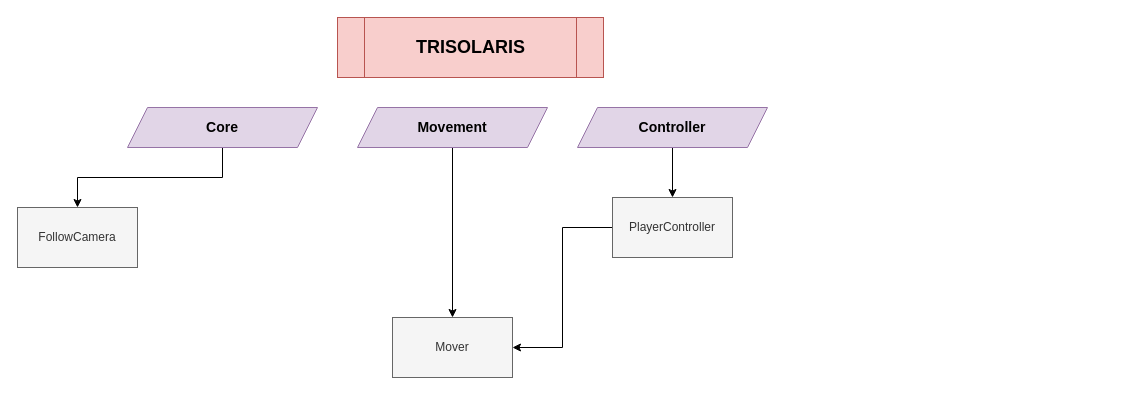
ezoisil/Trisolaris keeps this draw.io diagram as Trisolaris Code Tree.drawio. Above is the earlier version. Source tidied: cells renumbered, new cells numbered last; positions are measured from the earlier drawing's top-left corner, leaving out a move shared by most shapes. Both pictures are drawn from the tidied source at 100%, with x=0, y=0 at pixel (17, 17).
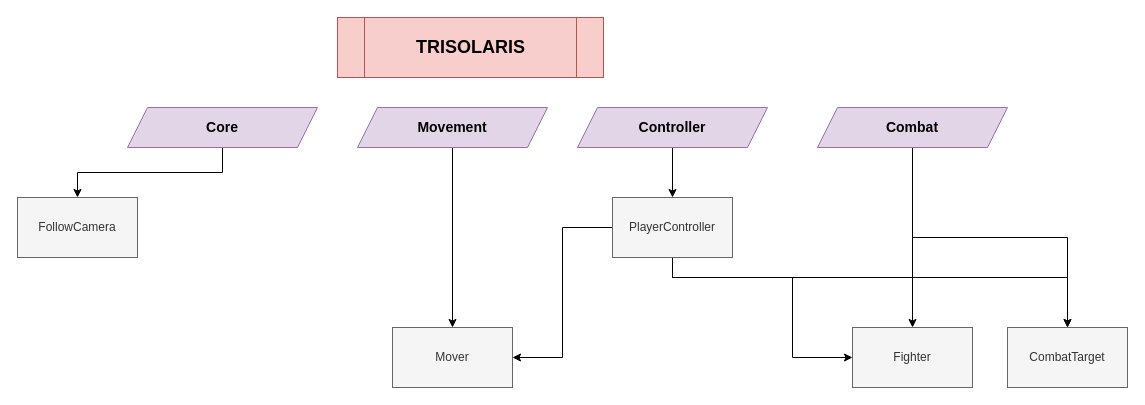
The same page after the edit.

Unchanged cells that the change refers to:
```xml
<mxCell id="11" value="PlayerController" style="rounded=0;whiteSpace=wrap;html=1;fontFamily=Helvetica;fontSize=12;strokeColor=#666666;fillColor=#f5f5f5;fontColor=#333333;" parent="1" vertex="1">
  <mxGeometry x="595" y="180" width="120" height="60" as="geometry" />
</mxCell>
```

The edit, as a diff of the source:
```diff
@@
     <mxCell id="8" value="FollowCamera" style="rounded=0;whiteSpace=wrap;html=1;fontFamily=Helvetica;fontSize=12;strokeColor=#666666;fillColor=#f5f5f5;fontColor=#333333;" parent="1" vertex="1">
-      <mxGeometry y="190" width="120" height="60" as="geometry" />
+      <mxGeometry y="180" width="120" height="60" as="geometry" />
     </mxCell>
     <mxCell id="9" value="Mover" style="rounded=0;whiteSpace=wrap;html=1;fontFamily=Helvetica;fontSize=12;strokeColor=#666666;fillColor=#f5f5f5;fontColor=#333333;" parent="1" vertex="1">
-      <mxGeometry x="375" y="300" width="120" height="60" as="geometry" />
+      <mxGeometry x="375" y="310" width="120" height="60" as="geometry" />
     </mxCell>
@@
+    <mxCell id="13" style="edgeStyle=orthogonalEdgeStyle;rounded=0;jettySize=auto;html=1;entryX=0;entryY=0.5;entryDx=0;entryDy=0;fontFamily=Helvetica;fontSize=18;fontColor=#333333;" parent="1" edge="1" source="11" target="18">
+      <mxGeometry relative="1" as="geometry">
+        <Array as="points">
+          <mxPoint x="655" y="260" />
+          <mxPoint x="775" y="260" />
+          <mxPoint x="775" y="340" />
+        </Array>
+      </mxGeometry>
+    </mxCell>
+    <mxCell id="14" style="edgeStyle=orthogonalEdgeStyle;rounded=0;jettySize=auto;html=1;fontFamily=Helvetica;fontSize=18;fontColor=#333333;" parent="1" edge="1" source="11" target="19">
+      <mxGeometry relative="1" as="geometry">
+        <Array as="points">
+          <mxPoint x="655" y="260" />
+          <mxPoint x="1050" y="260" />
+        </Array>
+      </mxGeometry>
+    </mxCell>
@@
+    <mxCell id="15" style="edgeStyle=orthogonalEdgeStyle;rounded=0;jettySize=auto;html=1;fontFamily=Helvetica;fontSize=18;fontColor=#333333;" parent="1" edge="1" source="17" target="18">
+      <mxGeometry relative="1" as="geometry" />
+    </mxCell>
+    <mxCell id="16" style="edgeStyle=orthogonalEdgeStyle;rounded=0;jettySize=auto;html=1;entryX=0.5;entryY=0;entryDx=0;entryDy=0;fontFamily=Helvetica;fontSize=18;fontColor=#333333;" parent="1" edge="1" source="17" target="19">
+      <mxGeometry relative="1" as="geometry" />
+    </mxCell>
+    <mxCell id="17" value="&lt;font style=&quot;font-size: 14px&quot;&gt;&lt;b&gt;Combat&lt;/b&gt;&lt;/font&gt;" style="shape=parallelogram;perimeter=parallelogramPerimeter;whiteSpace=wrap;html=1;fixedSize=1;fillColor=#e1d5e7;strokeColor=#9673a6;" parent="1" vertex="1">
+      <mxGeometry x="800" y="90" width="190" height="40" as="geometry" />
+    </mxCell>
+    <mxCell id="18" value="Fighter" style="rounded=0;whiteSpace=wrap;html=1;fontFamily=Helvetica;fontSize=12;strokeColor=#666666;fillColor=#f5f5f5;fontColor=#333333;" parent="1" vertex="1">
+      <mxGeometry x="835" y="310" width="120" height="60" as="geometry" />
+    </mxCell>
+    <mxCell id="19" value="CombatTarget" style="rounded=0;whiteSpace=wrap;html=1;fontFamily=Helvetica;fontSize=12;strokeColor=#666666;fillColor=#f5f5f5;fontColor=#333333;" parent="1" vertex="1">
+      <mxGeometry x="990" y="310" width="120" height="60" as="geometry" />
+    </mxCell>
```
